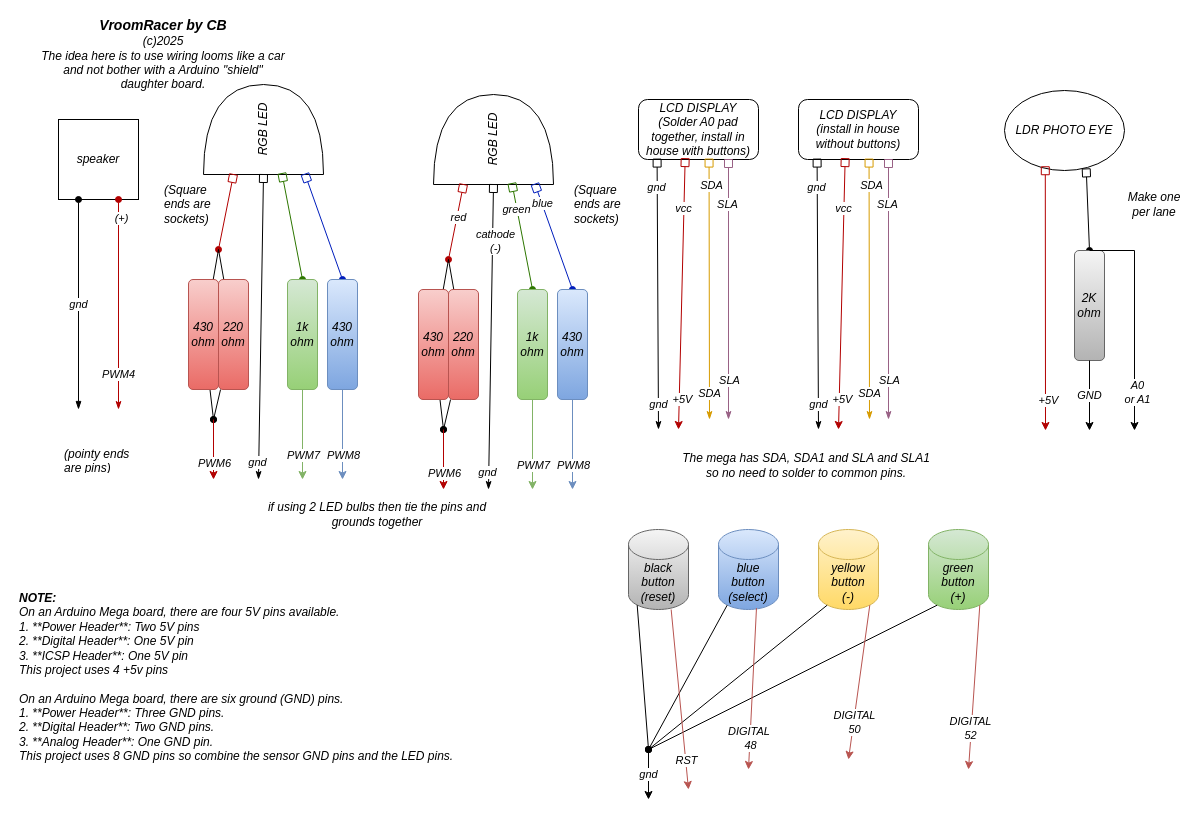
Above: wiringlooms.drawio in VroomDev/VroomRacer (draw.io), before the change. Source tidied: cells renumbered, new cells numbered last; positions are measured from the earlier drawing's top-left corner, leaving out a move shared by most shapes. Both pictures are drawn from the tidied source at 100%, with x=0, y=0 at pixel (17, 39).
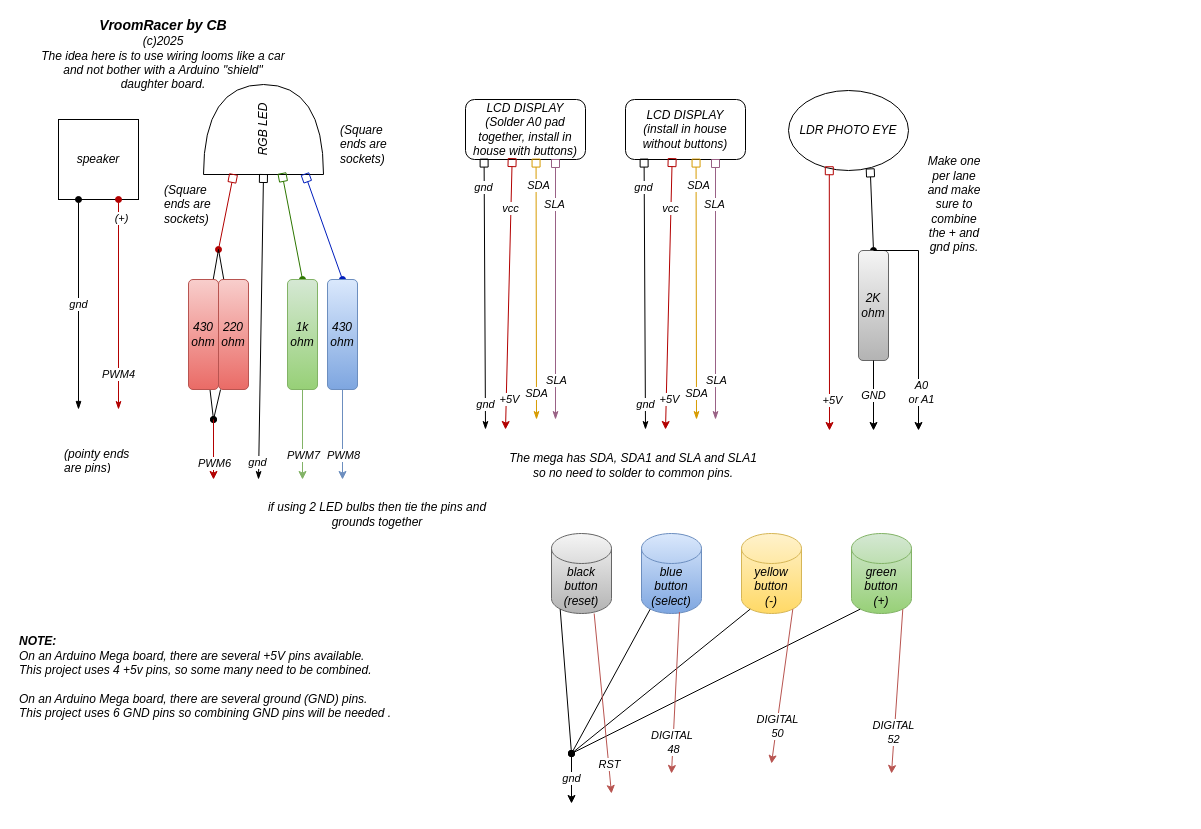
The same diagram, later.

Commit message (it also covers changes not shown here):
simpler drawing

What changed in the source:
```diff
@@
     <mxCell id="24" value="LCD DISPLAY&lt;div&gt;(Solder A0 pad together, install in house with buttons)&lt;/div&gt;" style="rounded=1;whiteSpace=wrap;html=1;fontStyle=2;" parent="1" vertex="1">
-      <mxGeometry x="621" y="60" width="120" height="60" as="geometry" />
+      <mxGeometry x="448" y="60" width="120" height="60" as="geometry" />
     </mxCell>
@@
-    <mxCell id="31" value="RGB LED" style="shape=or;whiteSpace=wrap;html=1;rotation=-90;fontStyle=2;" parent="1" vertex="1">
-      <mxGeometry x="431" y="40" width="90" height="120" as="geometry" />
-    </mxCell>
-    <mxCell id="32" style="endArrow=box;startArrow=oval;html=1;rounded=0;startFill=1;endFill=0;entryX=0;entryY=0.25;entryDx=0;entryDy=0;entryPerimeter=0;fillColor=#e51400;strokeColor=#B20000;fontStyle=2;" parent="1" edge="1" target="31">
-      <mxGeometry relative="1" as="geometry">
-        <mxPoint x="431" y="220" as="sourcePoint" />
-      </mxGeometry>
-    </mxCell>
-    <mxCell id="33" value="red" style="edgeLabel;html=1;align=center;verticalAlign=middle;fontStyle=2;" parent="32" vertex="1">
-      <mxGeometry x="0.14" y="-1" relative="1" as="geometry" />
-    </mxCell>
-    <mxCell id="34" style="endArrow=box;startArrow=classicThin;html=1;rounded=0;startFill=1;endFill=0;entryX=0;entryY=0.5;entryDx=0;entryDy=0;entryPerimeter=0;fontStyle=2;" parent="1" edge="1" target="31">
-      <mxGeometry relative="1" as="geometry">
-        <mxPoint x="471" y="450" as="sourcePoint" />
-      </mxGeometry>
-    </mxCell>
-    <mxCell id="35" value="gnd" style="edgeLabel;html=1;align=center;verticalAlign=middle;fontStyle=2;" parent="34" vertex="1">
-      <mxGeometry x="-0.89" y="2" relative="1" as="geometry" />
-    </mxCell>
-    <mxCell id="36" value="cathode&lt;div&gt;(-)&lt;/div&gt;" style="edgeLabel;html=1;align=center;verticalAlign=middle;fontStyle=2;" parent="34" vertex="1">
-      <mxGeometry x="0.63" y="-2" relative="1" as="geometry" />
-    </mxCell>
-    <mxCell id="37" style="endArrow=box;startArrow=oval;html=1;rounded=0;startFill=1;endFill=0;entryX=0.011;entryY=0.654;entryDx=0;entryDy=0;entryPerimeter=0;fillColor=#60a917;strokeColor=#2D7600;exitX=0.5;exitY=0;exitDx=0;exitDy=0;fontStyle=2;" parent="1" edge="1" source="47" target="31">
-      <mxGeometry relative="1" as="geometry" />
-    </mxCell>
-    <mxCell id="38" value="green" style="edgeLabel;html=1;align=center;verticalAlign=middle;fontStyle=2;" parent="37" vertex="1">
-      <mxGeometry x="0.51" relative="1" as="geometry">
-        <mxPoint x="-1" as="offset" />
-      </mxGeometry>
-    </mxCell>
-    <mxCell id="39" style="endArrow=box;startArrow=oval;html=1;rounded=0;startFill=1;endFill=0;entryX=0.004;entryY=0.846;entryDx=0;entryDy=0;entryPerimeter=0;fillColor=#0050ef;strokeColor=#001DBC;exitX=0.5;exitY=0;exitDx=0;exitDy=0;fontStyle=2;" parent="1" edge="1" source="48" target="31">
-      <mxGeometry relative="1" as="geometry" />
-    </mxCell>
-    <mxCell id="40" value="blue" style="edgeLabel;html=1;align=center;verticalAlign=middle;fontStyle=2;" parent="39" vertex="1">
-      <mxGeometry x="0.64" relative="1" as="geometry" />
-    </mxCell>
-    <mxCell id="41" style="rounded=0;jettySize=auto;html=1;endArrow=none;startFill=0;fontStyle=2;" parent="1" edge="1" source="43">
-      <mxGeometry relative="1" as="geometry">
-        <mxPoint x="431" y="220" as="targetPoint" />
-      </mxGeometry>
-    </mxCell>
-    <mxCell id="42" style="rounded=0;jettySize=auto;html=1;entryX=0.5;entryY=0;entryDx=0;entryDy=0;endArrow=oval;endFill=1;fontStyle=2;" parent="1" edge="1" source="43">
-      <mxGeometry relative="1" as="geometry">
-        <mxPoint x="426" y="390" as="targetPoint" />
-      </mxGeometry>
-    </mxCell>
-    <mxCell id="43" value="430&lt;div&gt;ohm&lt;/div&gt;" style="rounded=1;whiteSpace=wrap;html=1;fillColor=#f8cecc;gradientColor=#ea6b66;strokeColor=#b85450;fontStyle=2;" parent="1" vertex="1">
-      <mxGeometry x="401" y="250" width="30" height="110" as="geometry" />
-    </mxCell>
-    <mxCell id="44" style="rounded=0;jettySize=auto;html=1;endArrow=none;startFill=0;fontStyle=2;" parent="1" edge="1" source="46">
-      <mxGeometry relative="1" as="geometry">
-        <mxPoint x="431" y="220" as="targetPoint" />
-      </mxGeometry>
-    </mxCell>
-    <mxCell id="45" style="rounded=0;jettySize=auto;html=1;entryX=0.5;entryY=0;entryDx=0;entryDy=0;endArrow=oval;endFill=1;fontStyle=2;" parent="1" edge="1" source="46">
-      <mxGeometry relative="1" as="geometry">
-        <mxPoint x="426" y="390" as="targetPoint" />
-      </mxGeometry>
-    </mxCell>
-    <mxCell id="46" value="220&lt;div&gt;ohm&lt;/div&gt;" style="rounded=1;whiteSpace=wrap;html=1;fillColor=#f8cecc;gradientColor=#ea6b66;strokeColor=#b85450;fontStyle=2;" parent="1" vertex="1">
-      <mxGeometry x="431" y="250" width="30" height="110" as="geometry" />
-    </mxCell>
-    <mxCell id="47" value="1k&lt;div&gt;ohm&lt;/div&gt;" style="rounded=1;whiteSpace=wrap;html=1;fillColor=#d5e8d4;gradientColor=#97d077;strokeColor=#82b366;fontStyle=2;" parent="1" vertex="1">
-      <mxGeometry x="500" y="250" width="30" height="110" as="geometry" />
-    </mxCell>
-    <mxCell id="48" value="430&lt;div&gt;ohm&lt;/div&gt;" style="rounded=1;whiteSpace=wrap;html=1;fillColor=#dae8fc;gradientColor=#7ea6e0;strokeColor=#6c8ebf;fontStyle=2;" parent="1" vertex="1">
-      <mxGeometry x="540" y="250" width="30" height="110" as="geometry" />
-    </mxCell>
-    <mxCell id="49" style="endArrow=classic;html=1;rounded=0;fillColor=#e51400;strokeColor=#B20000;fontStyle=2;" parent="1" edge="1">
-      <mxGeometry relative="1" as="geometry">
-        <mxPoint x="426" y="390" as="sourcePoint" />
-        <mxPoint x="426" y="450" as="targetPoint" />
-      </mxGeometry>
-    </mxCell>
-    <mxCell id="50" value="PWM6" style="edgeLabel;html=1;align=center;verticalAlign=middle;fontStyle=2;" parent="49" vertex="1">
-      <mxGeometry x="0.44" relative="1" as="geometry" />
-    </mxCell>
     <mxCell id="51" value="(Square ends are sockets)" style="text;strokeColor=none;fillColor=none;align=left;verticalAlign=middle;spacingLeft=4;spacingRight=4;overflow=hidden;whiteSpace=wrap;html=1;fontStyle=2;" parent="1" vertex="1">
-      <mxGeometry x="551" y="140" width="60" height="50" as="geometry" />
+      <mxGeometry x="317" y="80" width="60" height="50" as="geometry" />
     </mxCell>
-    <mxCell id="52" style="endArrow=classic;html=1;rounded=0;fillColor=#d5e8d4;strokeColor=#82b366;exitX=0.5;exitY=1;exitDx=0;exitDy=0;gradientColor=#97d077;fontStyle=2;" parent="1" edge="1" source="47">
-      <mxGeometry relative="1" as="geometry">
-        <mxPoint x="515" y="450" as="targetPoint" />
-      </mxGeometry>
-    </mxCell>
-    <mxCell id="53" value="PWM7" style="edgeLabel;html=1;align=center;verticalAlign=middle;fontStyle=2;" parent="52" vertex="1">
-      <mxGeometry x="0.44" relative="1" as="geometry" />
-    </mxCell>
-    <mxCell id="54" style="endArrow=classic;html=1;rounded=0;fillColor=#dae8fc;strokeColor=#6c8ebf;exitX=0.5;exitY=1;exitDx=0;exitDy=0;gradientColor=#7ea6e0;fontStyle=2;" parent="1" edge="1" source="48">
-      <mxGeometry relative="1" as="geometry">
-        <mxPoint x="555" y="450" as="targetPoint" />
-      </mxGeometry>
-    </mxCell>
-    <mxCell id="55" value="PWM8" style="edgeLabel;html=1;align=center;verticalAlign=middle;fontStyle=2;" parent="54" vertex="1">
-      <mxGeometry x="0.44" relative="1" as="geometry" />
-    </mxCell>
     <mxCell id="56" style="endArrow=box;startArrow=classic;html=1;rounded=0;startFill=1;endFill=0;entryX=0.389;entryY=0.985;entryDx=0;entryDy=0;fillColor=#e51400;strokeColor=#B20000;entryPerimeter=0;fontStyle=2;" parent="1" edge="1" target="24">
       <mxGeometry relative="1" as="geometry">
-        <mxPoint x="661" y="390" as="sourcePoint" />
+        <mxPoint x="488" y="390" as="sourcePoint" />
       </mxGeometry>
     </mxCell>
@@
     <mxCell id="59" style="endArrow=box;startArrow=classicThin;html=1;rounded=0;startFill=1;endFill=0;entryX=0.155;entryY=0.993;entryDx=0;entryDy=0;entryPerimeter=0;fontStyle=2;" parent="1" edge="1" target="24">
       <mxGeometry relative="1" as="geometry">
-        <mxPoint x="641" y="390" as="sourcePoint" />
+        <mxPoint x="468" y="390" as="sourcePoint" />
       </mxGeometry>
     </mxCell>
@@
     <mxCell id="62" style="endArrow=box;startArrow=classicThin;html=1;rounded=0;startFill=1;endFill=0;fillColor=#e6d0de;gradientColor=#d5739d;strokeColor=#996185;entryX=0.75;entryY=1;entryDx=0;entryDy=0;fontStyle=2;" parent="1" edge="1" target="24">
       <mxGeometry relative="1" as="geometry">
-        <mxPoint x="711" y="380" as="sourcePoint" />
+        <mxPoint x="538" y="380" as="sourcePoint" />
       </mxGeometry>
     </mxCell>
@@
     <mxCell id="65" style="endArrow=box;startArrow=classicThin;html=1;rounded=0;startFill=1;endFill=0;fillColor=#ffcd28;gradientColor=#ffa500;strokeColor=#d79b00;entryX=0.588;entryY=0.993;entryDx=0;entryDy=0;entryPerimeter=0;fontStyle=2;" parent="1" edge="1" target="24">
       <mxGeometry relative="1" as="geometry">
-        <mxPoint x="692" y="380" as="sourcePoint" />
+        <mxPoint x="519" y="380" as="sourcePoint" />
       </mxGeometry>
     </mxCell>
@@
     <mxCell id="68" value="LCD DISPLAY&lt;div&gt;(install in house without buttons)&lt;/div&gt;" style="rounded=1;whiteSpace=wrap;html=1;fontStyle=2;" parent="1" vertex="1">
-      <mxGeometry x="781" y="60" width="120" height="60" as="geometry" />
+      <mxGeometry x="608" y="60" width="120" height="60" as="geometry" />
     </mxCell>
     <mxCell id="69" style="endArrow=box;startArrow=classic;html=1;rounded=0;startFill=1;endFill=0;entryX=0.389;entryY=0.985;entryDx=0;entryDy=0;fillColor=#e51400;strokeColor=#B20000;entryPerimeter=0;fontStyle=2;" parent="1" edge="1" target="68">
       <mxGeometry relative="1" as="geometry">
-        <mxPoint x="821" y="390" as="sourcePoint" />
+        <mxPoint x="648" y="390" as="sourcePoint" />
       </mxGeometry>
     </mxCell>
@@
     <mxCell id="72" style="endArrow=box;startArrow=classicThin;html=1;rounded=0;startFill=1;endFill=0;entryX=0.155;entryY=0.993;entryDx=0;entryDy=0;entryPerimeter=0;fontStyle=2;" parent="1" edge="1" target="68">
       <mxGeometry relative="1" as="geometry">
-        <mxPoint x="801" y="390" as="sourcePoint" />
+        <mxPoint x="628" y="390" as="sourcePoint" />
       </mxGeometry>
     </mxCell>
@@
     <mxCell id="75" style="endArrow=box;startArrow=classicThin;html=1;rounded=0;startFill=1;endFill=0;fillColor=#e6d0de;gradientColor=#d5739d;strokeColor=#996185;entryX=0.75;entryY=1;entryDx=0;entryDy=0;fontStyle=2;" parent="1" edge="1" target="68">
       <mxGeometry relative="1" as="geometry">
-        <mxPoint x="871" y="380" as="sourcePoint" />
+        <mxPoint x="698" y="380" as="sourcePoint" />
       </mxGeometry>
     </mxCell>
@@
     <mxCell id="78" style="endArrow=box;startArrow=classicThin;html=1;rounded=0;startFill=1;endFill=0;fillColor=#ffcd28;gradientColor=#ffa500;strokeColor=#d79b00;entryX=0.588;entryY=0.993;entryDx=0;entryDy=0;entryPerimeter=0;fontStyle=2;" parent="1" edge="1" target="68">
       <mxGeometry relative="1" as="geometry">
-        <mxPoint x="852" y="380" as="sourcePoint" />
+        <mxPoint x="679" y="380" as="sourcePoint" />
       </mxGeometry>
     </mxCell>
@@
     <mxCell id="81" value="black&lt;div&gt;button&lt;/div&gt;&lt;div&gt;(reset)&lt;/div&gt;" style="shape=cylinder3;whiteSpace=wrap;html=1;boundedLbl=1;backgroundOutline=1;size=15;fillColor=#f5f5f5;gradientColor=#b3b3b3;strokeColor=#666666;fontStyle=2;" parent="1" vertex="1">
-      <mxGeometry x="611" y="490" width="60" height="80" as="geometry" />
+      <mxGeometry x="534" y="494" width="60" height="80" as="geometry" />
     </mxCell>
     <mxCell id="82" value="blue button&lt;div&gt;(select)&lt;/div&gt;" style="shape=cylinder3;whiteSpace=wrap;html=1;boundedLbl=1;backgroundOutline=1;size=15;fillColor=#dae8fc;gradientColor=#7ea6e0;strokeColor=#6c8ebf;fontStyle=2;" parent="1" vertex="1">
-      <mxGeometry x="701" y="490" width="60" height="80" as="geometry" />
+      <mxGeometry x="624" y="494" width="60" height="80" as="geometry" />
     </mxCell>
     <mxCell id="83" value="yellow button&lt;div&gt;(-)&lt;/div&gt;" style="shape=cylinder3;whiteSpace=wrap;html=1;boundedLbl=1;backgroundOutline=1;size=15;fillColor=#fff2cc;gradientColor=#ffd966;strokeColor=#d6b656;fontStyle=2;" parent="1" vertex="1">
-      <mxGeometry x="801" y="490" width="60" height="80" as="geometry" />
+      <mxGeometry x="724" y="494" width="60" height="80" as="geometry" />
     </mxCell>
     <mxCell id="84" value="green button&lt;div&gt;(+)&lt;/div&gt;" style="shape=cylinder3;whiteSpace=wrap;html=1;boundedLbl=1;backgroundOutline=1;size=15;fillColor=#d5e8d4;gradientColor=#97d077;strokeColor=#82b366;fontStyle=2;" parent="1" vertex="1">
-      <mxGeometry x="911" y="490" width="60" height="80" as="geometry" />
+      <mxGeometry x="834" y="494" width="60" height="80" as="geometry" />
     </mxCell>
     <mxCell id="85" style="endArrow=oval;html=1;rounded=0;exitX=0.145;exitY=1;exitDx=0;exitDy=-4.35;exitPerimeter=0;endFill=1;fontStyle=2;" parent="1" edge="1" source="81">
       <mxGeometry relative="1" as="geometry">
-        <mxPoint x="631" y="710" as="targetPoint" />
+        <mxPoint x="554" y="714" as="targetPoint" />
       </mxGeometry>
     </mxCell>
     <mxCell id="86" style="endArrow=oval;html=1;rounded=0;exitX=0.145;exitY=1;exitDx=0;exitDy=-4.35;exitPerimeter=0;endFill=1;fontStyle=2;" parent="1" edge="1" source="82">
       <mxGeometry relative="1" as="geometry">
-        <mxPoint x="631" y="710" as="targetPoint" />
+        <mxPoint x="554" y="714" as="targetPoint" />
       </mxGeometry>
     </mxCell>
     <mxCell id="87" style="endArrow=oval;html=1;rounded=0;exitX=0.145;exitY=1;exitDx=0;exitDy=-4.35;exitPerimeter=0;endFill=1;fontStyle=2;" parent="1" edge="1" source="83">
       <mxGeometry relative="1" as="geometry">
-        <mxPoint x="631" y="710" as="targetPoint" />
+        <mxPoint x="554" y="714" as="targetPoint" />
       </mxGeometry>
     </mxCell>
     <mxCell id="88" style="endArrow=oval;html=1;rounded=0;exitX=0.145;exitY=1;exitDx=0;exitDy=-4.35;exitPerimeter=0;endFill=1;fontStyle=2;" parent="1" edge="1" source="84">
       <mxGeometry relative="1" as="geometry">
-        <mxPoint x="631" y="710" as="targetPoint" />
+        <mxPoint x="554" y="714" as="targetPoint" />
       </mxGeometry>
     </mxCell>
     <mxCell id="89" value="gnd" style="endArrow=classic;html=1;rounded=0;fontStyle=2;" parent="1" edge="1">
       <mxGeometry relative="1" as="geometry">
-        <mxPoint x="631" y="710" as="sourcePoint" />
-        <mxPoint x="631" y="760" as="targetPoint" />
+        <mxPoint x="554" y="714" as="sourcePoint" />
+        <mxPoint x="554" y="764" as="targetPoint" />
       </mxGeometry>
     </mxCell>
     <mxCell id="90" style="endArrow=classic;html=1;rounded=0;exitX=0.711;exitY=1;exitDx=0;exitDy=0;exitPerimeter=0;fillColor=#f8cecc;gradientColor=#ea6b66;strokeColor=#b85450;fontStyle=2;" parent="1" edge="1" source="81">
       <mxGeometry relative="1" as="geometry">
-        <mxPoint x="671" y="750" as="targetPoint" />
+        <mxPoint x="594" y="754" as="targetPoint" />
       </mxGeometry>
     </mxCell>
@@
     <mxCell id="92" style="endArrow=classic;html=1;rounded=0;exitX=0.633;exitY=0.983;exitDx=0;exitDy=0;exitPerimeter=0;fillColor=#f8cecc;gradientColor=#ea6b66;strokeColor=#b85450;fontStyle=2;" parent="1" edge="1" source="82">
       <mxGeometry relative="1" as="geometry">
-        <mxPoint x="731" y="730" as="targetPoint" />
+        <mxPoint x="654" y="734" as="targetPoint" />
       </mxGeometry>
     </mxCell>
@@
     <mxCell id="94" style="endArrow=classic;html=1;rounded=0;exitX=0.855;exitY=1;exitDx=0;exitDy=-4.35;exitPerimeter=0;fillColor=#f8cecc;gradientColor=#ea6b66;strokeColor=#b85450;fontStyle=2;" parent="1" edge="1" source="83">
       <mxGeometry relative="1" as="geometry">
-        <mxPoint x="831" y="720" as="targetPoint" />
+        <mxPoint x="754" y="724" as="targetPoint" />
       </mxGeometry>
     </mxCell>
@@
     <mxCell id="96" style="endArrow=classic;html=1;rounded=0;exitX=0.855;exitY=1;exitDx=0;exitDy=-4.35;exitPerimeter=0;fillColor=#f8cecc;gradientColor=#ea6b66;strokeColor=#b85450;fontStyle=2;" parent="1" edge="1" source="84">
       <mxGeometry relative="1" as="geometry">
-        <mxPoint x="951" y="730" as="targetPoint" />
+        <mxPoint x="874" y="734" as="targetPoint" />
       </mxGeometry>
     </mxCell>
@@
-    <mxCell id="99" value="&lt;div&gt;&lt;div&gt;&lt;b&gt;NOTE:&lt;/b&gt;&lt;br&gt;On an Arduino Mega board, there are four 5V pins available.&amp;nbsp;&lt;/div&gt;&lt;div&gt;&lt;span style=&quot;background-color: transparent; color: light-dark(rgb(0, 0, 0), rgb(255, 255, 255));&quot;&gt;1. **Power Header**: Two 5V pins&lt;/span&gt;&lt;/div&gt;&lt;div&gt;2. **Digital Header**: One 5V pin&lt;/div&gt;&lt;div&gt;3. **ICSP Header**: One 5V pin&lt;/div&gt;&lt;div&gt;This project uses 4 +5v pins&lt;/div&gt;&lt;div&gt;&lt;span style=&quot;background-color: transparent; color: light-dark(rgb(0, 0, 0), rgb(255, 255, 255));&quot;&gt;&lt;br&gt;&lt;/span&gt;&lt;/div&gt;&lt;div&gt;&lt;span style=&quot;background-color: transparent; color: light-dark(rgb(0, 0, 0), rgb(255, 255, 255));&quot;&gt;On an Arduino Mega board, there are six ground (GND) pins.&amp;nbsp;&lt;/span&gt;&lt;/div&gt;&lt;/div&gt;1. **Power Header**: Three GND pins.&lt;br&gt;2. **Digital Header**: Two GND pins.&lt;br&gt;3. **Analog Header**: One GND pin.&lt;div&gt;This project uses 8 GND pins so combine the sensor GND pins and the LED pins.&lt;br&gt;&lt;div&gt;&lt;br&gt;&lt;/div&gt;&lt;/div&gt;" style="text;html=1;align=left;verticalAlign=middle;whiteSpace=wrap;rounded=0;fontStyle=2;" parent="1" vertex="1">
+    <mxCell id="99" value="&lt;div&gt;&lt;div&gt;&lt;b&gt;NOTE:&lt;/b&gt;&lt;br&gt;On an Arduino Mega board, there are several +5V pins available.&amp;nbsp;&lt;/div&gt;&lt;div&gt;&lt;span style=&quot;background-color: transparent; color: light-dark(rgb(0, 0, 0), rgb(255, 255, 255));&quot;&gt;This project uses 4 +5v pins, so some many need to be combined.&lt;/span&gt;&lt;/div&gt;&lt;div&gt;&lt;span style=&quot;background-color: transparent; color: light-dark(rgb(0, 0, 0), rgb(255, 255, 255));&quot;&gt;&lt;br&gt;&lt;/span&gt;&lt;/div&gt;&lt;div&gt;&lt;span style=&quot;background-color: transparent; color: light-dark(rgb(0, 0, 0), rgb(255, 255, 255));&quot;&gt;On an Arduino Mega board, there are several ground (GND) pins.&amp;nbsp;&lt;/span&gt;&lt;/div&gt;&lt;/div&gt;&lt;div&gt;This project uses 6 GND pins so combining GND pins will be needed .&lt;br&gt;&lt;div&gt;&lt;br&gt;&lt;/div&gt;&lt;/div&gt;" style="text;html=1;align=left;verticalAlign=middle;whiteSpace=wrap;rounded=0;fontStyle=2;" parent="1" vertex="1">
       <mxGeometry y="630" width="561" height="30" as="geometry" />
     </mxCell>
     <mxCell id="100" value="LDR PHOTO EYE" style="ellipse;whiteSpace=wrap;html=1;fontStyle=2;" parent="1" vertex="1">
-      <mxGeometry x="987" y="51" width="120" height="80" as="geometry" />
+      <mxGeometry x="771" y="51" width="120" height="80" as="geometry" />
     </mxCell>
     <mxCell id="101" style="endArrow=box;startArrow=classic;html=1;rounded=0;startFill=1;endFill=0;entryX=0.34;entryY=0.953;entryDx=0;entryDy=0;fillColor=#e51400;strokeColor=#B20000;entryPerimeter=0;fontStyle=2;" parent="1" edge="1" target="100">
       <mxGeometry relative="1" as="geometry">
-        <mxPoint x="1028" y="391" as="sourcePoint" />
+        <mxPoint x="812" y="391" as="sourcePoint" />
       </mxGeometry>
     </mxCell>
@@
     <mxCell id="103" style="endArrow=box;startArrow=oval;html=1;rounded=0;startFill=1;endFill=0;entryX=0.681;entryY=0.98;entryDx=0;entryDy=0;entryPerimeter=0;fontStyle=2;" parent="1" edge="1" target="100">
       <mxGeometry relative="1" as="geometry">
-        <mxPoint x="1072" y="211" as="sourcePoint" />
+        <mxPoint x="856" y="211" as="sourcePoint" />
       </mxGeometry>
     </mxCell>
     <mxCell id="104" value="2K&lt;br&gt;&lt;div&gt;ohm&lt;/div&gt;" style="rounded=1;whiteSpace=wrap;html=1;fillColor=#f5f5f5;gradientColor=#b3b3b3;strokeColor=#666666;fontStyle=2;" parent="1" vertex="1">
-      <mxGeometry x="1057" y="211" width="30" height="110" as="geometry" />
+      <mxGeometry x="841" y="211" width="30" height="110" as="geometry" />
     </mxCell>
     <mxCell id="105" style="endArrow=classic;html=1;rounded=0;exitX=0.5;exitY=0;exitDx=0;exitDy=0;fontStyle=2;" parent="1" edge="1" source="104">
       <mxGeometry relative="1" as="geometry">
-        <mxPoint x="1117" y="391" as="targetPoint" />
+        <mxPoint x="901" y="391" as="targetPoint" />
         <Array as="points">
-          <mxPoint x="1117" y="211" />
+          <mxPoint x="901" y="211" />
         </Array>
       </mxGeometry>
     </mxCell>
@@
     <mxCell id="107" value="GND" style="endArrow=classic;html=1;rounded=0;exitX=0.5;exitY=1;exitDx=0;exitDy=0;fontStyle=2;" parent="1" edge="1" source="104">
       <mxGeometry relative="1" as="geometry">
-        <mxPoint x="1072" y="391" as="targetPoint" />
+        <mxPoint x="856" y="391" as="targetPoint" />
       </mxGeometry>
     </mxCell>
-    <mxCell id="108" value="Make one per lane" style="text;html=1;align=center;verticalAlign=middle;whiteSpace=wrap;rounded=0;fontStyle=2;" parent="1" vertex="1">
-      <mxGeometry x="1107" y="150" width="60" height="30" as="geometry" />
+    <mxCell id="108" value="Make one per lane and make sure to combine the + and gnd pins." style="text;html=1;align=center;verticalAlign=middle;whiteSpace=wrap;rounded=0;fontStyle=2;" parent="1" vertex="1">
+      <mxGeometry x="907" y="150" width="60" height="30" as="geometry" />
     </mxCell>
     <mxCell id="109" value="The mega has SDA, SDA1 and SLA and SLA1&lt;div&gt;so no need to solder to common pins.&lt;/div&gt;" style="text;html=1;align=center;verticalAlign=middle;whiteSpace=wrap;rounded=0;fontStyle=2;" parent="1" vertex="1">
-      <mxGeometry x="651" y="411" width="276" height="30" as="geometry" />
+      <mxGeometry x="478" y="411" width="276" height="30" as="geometry" />
     </mxCell>
```
